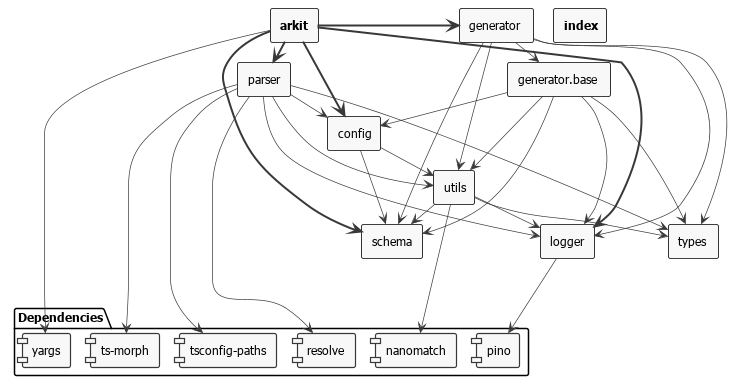
This is dist/arkit.png from dyatko/arkit, a PlantUML export, as it was before one commit.
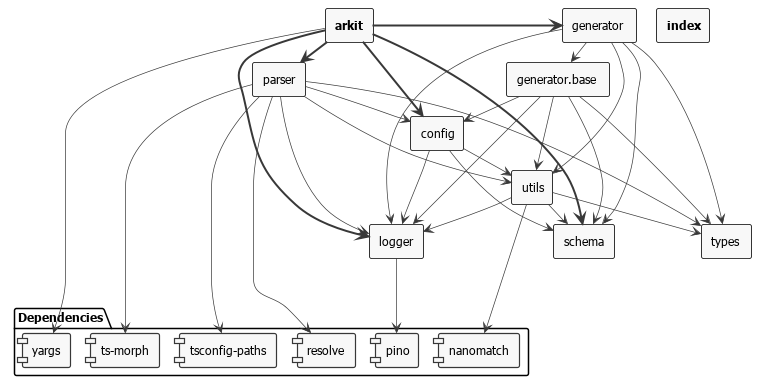
The same file after the commit.

What changed in the source:
```diff
@@ -54,6 +54,7 @@
 _arkit => _parser
 _arkit => _schema
 _arkit ----> [yargs]
+_config --> _logger
 _config --> _schema
 _config --> _utils
 _generator --> _generator_base
```
